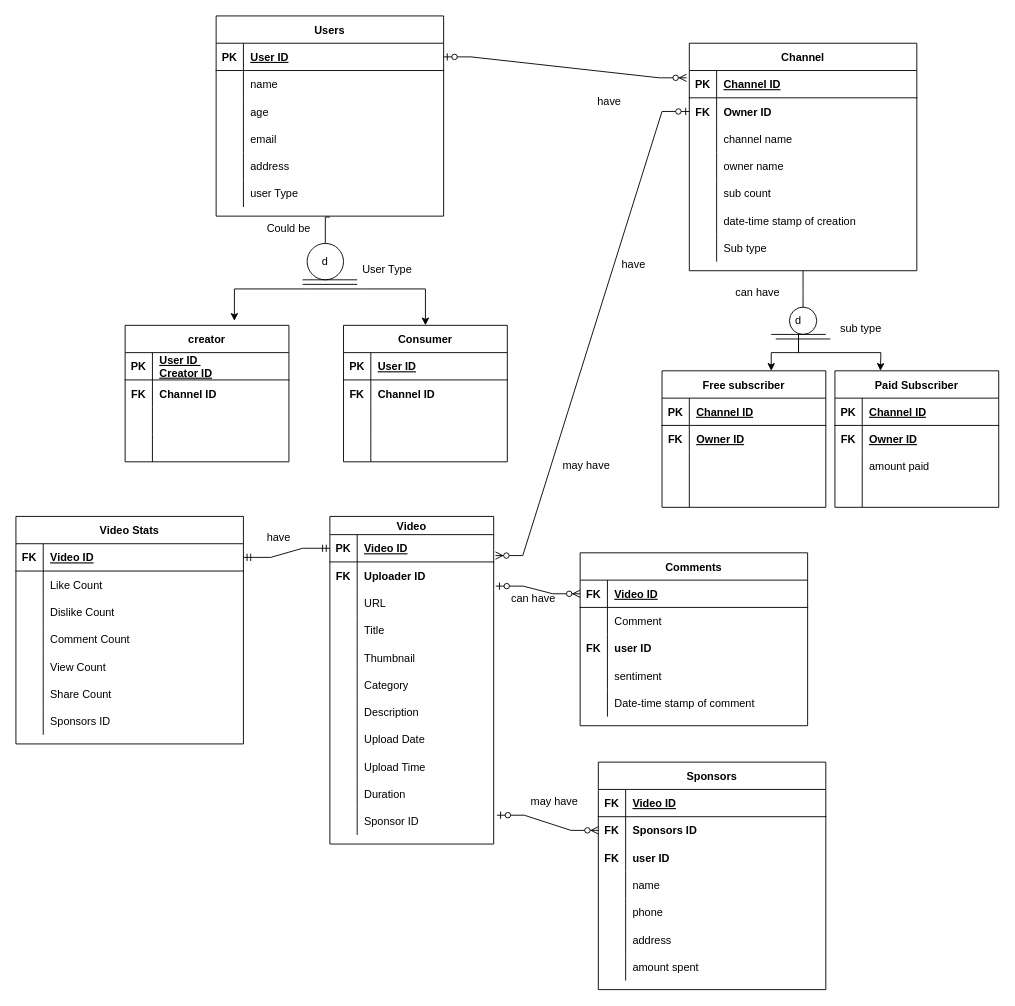
Shreyansh-code/ER-Diagram-Youtube keeps this draw.io diagram as Untitled Diagram.drawio. Above is the earlier version. Source tidied: cells renumbered, new cells numbered last; positions are measured from the earlier drawing's top-left corner, leaving out a move shared by most shapes. Both pictures are drawn from the tidied source at 91%, with x=0, y=0 at pixel (15, 15).
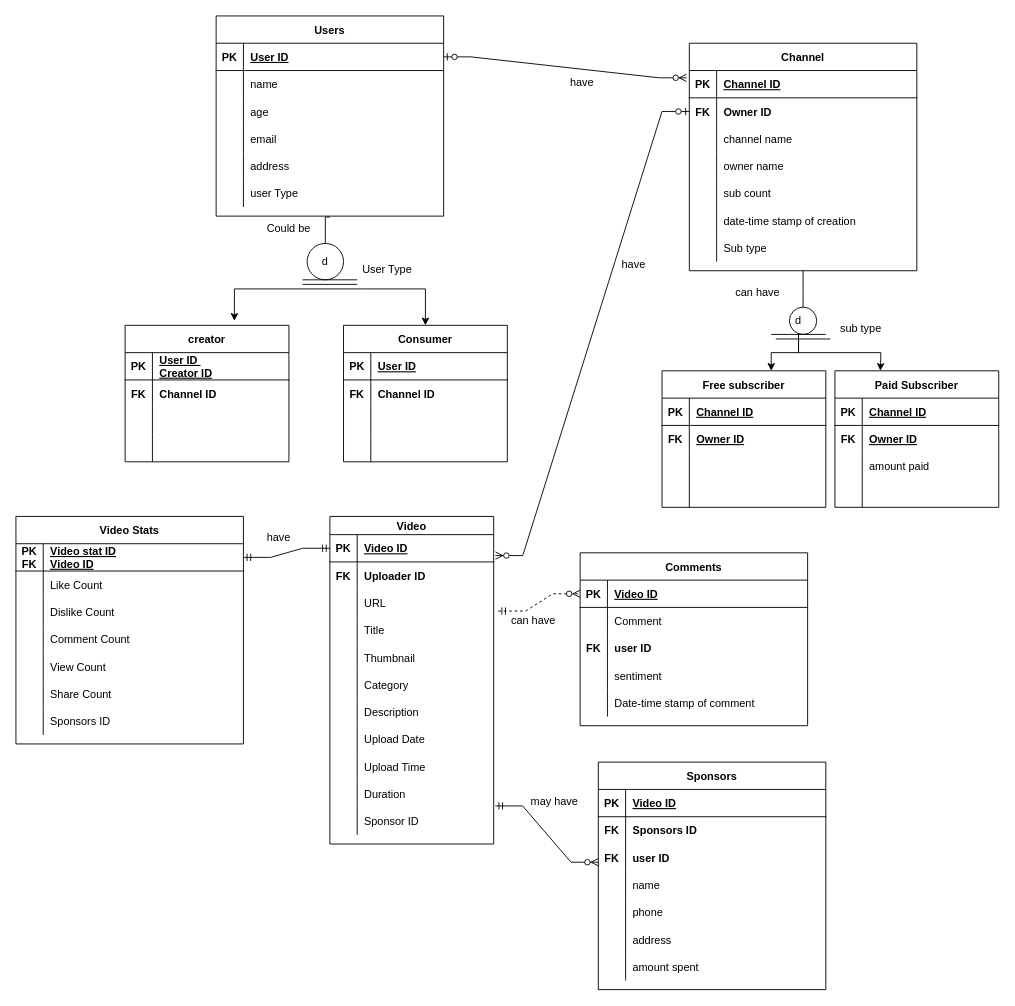
After the change.

The change refers to these unchanged cells:
```xml
<mxCell id="3" style="shape=partialRectangle;fillColor=none;points=[[0,0.5],[1,0.5]];portConstraint=eastwest;top=0;left=0;right=0;bottom=1;" parent="2" vertex="1">
  <mxGeometry y="30" width="250" height="30" as="geometry" />
</mxCell>
<mxCell id="74" style="shape=tableRow;horizontal=0;startSize=0;swimlaneHead=0;swimlaneBody=0;fillColor=none;points=[[0,0.5],[1,0.5]];portConstraint=eastwest;top=0;left=0;right=0;bottom=0;strokeWidth=1;" parent="67" vertex="1">
  <mxGeometry y="80" width="180" height="30" as="geometry" />
</mxCell>
<mxCell id="98" style="shape=tableRow;horizontal=0;startSize=0;swimlaneHead=0;swimlaneBody=0;fillColor=none;points=[[0,0.5],[1,0.5]];portConstraint=eastwest;top=0;left=0;right=0;bottom=0;strokeWidth=1;" parent="67" vertex="1">
  <mxGeometry y="320" width="180" height="30" as="geometry" />
</mxCell>
<mxCell id="102" style="shape=partialRectangle;fillColor=none;points=[[0,0.5],[1,0.5]];portConstraint=eastwest;top=0;left=0;right=0;bottom=1;" parent="101" vertex="1">
  <mxGeometry y="30" width="250" height="30" as="geometry" />
</mxCell>
<mxCell id="118" style="shape=partialRectangle;fillColor=none;top=0;left=0;right=0;bottom=1;" parent="117" vertex="1">
  <mxGeometry y="30" width="250" height="30" as="geometry" />
</mxCell>
<mxCell id="121" style="shape=partialRectangle;fillColor=none;points=[[0,0.5],[1,0.5]];portConstraint=eastwest;top=0;left=0;right=0;bottom=0;" parent="117" vertex="1">
  <mxGeometry y="60" width="250" height="30" as="geometry" />
</mxCell>
```

What changed in the source:
```diff
@@
-    <mxCell id="4" value="FK" style="shape=partialRectangle;overflow=hidden;fillColor=none;top=0;left=0;bottom=0;right=0;fontStyle=1;" parent="3" vertex="1">
+    <mxCell id="4" value="PK&#10;FK" style="shape=partialRectangle;overflow=hidden;fillColor=none;top=0;left=0;bottom=0;right=0;fontStyle=1;" parent="3" vertex="1">
       <mxGeometry width="30" height="30" as="geometry" />
     </mxCell>
-    <mxCell id="5" value="Video ID" style="shape=partialRectangle;overflow=hidden;fillColor=none;top=0;left=0;bottom=0;right=0;align=left;spacingLeft=6;fontStyle=5;" parent="3" vertex="1">
+    <mxCell id="5" value="Video stat ID&#10;Video ID" style="shape=partialRectangle;overflow=hidden;fillColor=none;top=0;left=0;bottom=0;right=0;align=left;spacingLeft=6;fontStyle=5;" parent="3" vertex="1">
       <mxGeometry x="30" width="220" height="30" as="geometry" />
     </mxCell>
@@
-    <mxCell id="103" value="FK" style="shape=partialRectangle;overflow=hidden;fillColor=none;top=0;left=0;bottom=0;right=0;fontStyle=1;" parent="102" vertex="1">
+    <mxCell id="103" value="PK" style="shape=partialRectangle;overflow=hidden;fillColor=none;top=0;left=0;bottom=0;right=0;fontStyle=1;" parent="102" vertex="1">
       <mxGeometry width="30" height="30" as="geometry" />
     </mxCell>
@@
-    <mxCell id="119" value="FK" style="shape=partialRectangle;overflow=hidden;fillColor=none;top=0;left=0;bottom=0;right=0;fontStyle=1;" parent="118" vertex="1">
+    <mxCell id="119" value="PK" style="shape=partialRectangle;overflow=hidden;fillColor=none;top=0;left=0;bottom=0;right=0;fontStyle=1;" parent="118" vertex="1">
       <mxGeometry width="30" height="30" as="geometry" />
     </mxCell>
@@
-    <mxCell id="143" style="edgeStyle=entityRelationEdgeStyle;fontSize=12;html=1;endArrow=ERzeroToMany;startArrow=ERzeroToOne;rounded=0;entryX=0;entryY=0.5;entryDx=0;entryDy=0;exitX=1.02;exitY=0.278;exitDx=0;exitDy=0;exitPerimeter=0;" parent="1" edge="1" source="98" target="121">
-      <mxGeometry relative="1" as="geometry" />
-    </mxCell>
-    <mxCell id="144" style="edgeStyle=entityRelationEdgeStyle;fontSize=12;html=1;endArrow=ERzeroToMany;startArrow=ERzeroToOne;rounded=0;exitX=1.013;exitY=-0.114;exitDx=0;exitDy=0;exitPerimeter=0;entryX=0;entryY=0.5;entryDx=0;entryDy=0;" parent="1" edge="1" source="74" target="102">
-      <mxGeometry relative="1" as="geometry" />
-    </mxCell>
@@
-    <mxCell id="146" value="may have" style="text;strokeColor=none;fillColor=none;spacingLeft=4;spacingRight=4;overflow=hidden;fontSize=12;" parent="1" vertex="1">
-      <mxGeometry x="595" y="480" width="70" height="30" as="geometry" />
-    </mxCell>
@@
     <mxCell id="148" value=" have" style="text;strokeColor=none;fillColor=none;spacingLeft=4;spacingRight=4;overflow=hidden;fontSize=12;" parent="1" vertex="1">
-      <mxGeometry x="630" y="80" width="70" height="30" as="geometry" />
+      <mxGeometry x="600" y="60" width="70" height="30" as="geometry" />
     </mxCell>
@@
     <mxCell id="217" value="can have&amp;nbsp;" style="text;html=1;align=center;verticalAlign=middle;strokeColor=none;fillColor=none;" parent="1" vertex="1">
-      <mxGeometry x="530" y="625" width="80" height="30" as="geometry" />
+      <mxGeometry x="530" y="650" width="80" height="30" as="geometry" />
     </mxCell>
+    <mxCell id="218" style="edgeStyle=entityRelationEdgeStyle;fontSize=12;html=1;endArrow=ERzeroToMany;startArrow=ERmandOne;rounded=0;entryX=0;entryY=0.5;entryDx=0;entryDy=0;dashed=1;" parent="1" edge="1" target="102">
+      <mxGeometry relative="1" as="geometry">
+        <mxPoint x="530" y="654" as="sourcePoint" />
+      </mxGeometry>
+    </mxCell>
+    <mxCell id="219" style="edgeStyle=entityRelationEdgeStyle;fontSize=12;html=1;endArrow=ERzeroToMany;startArrow=ERmandOne;rounded=0;entryX=0;entryY=0.5;entryDx=0;entryDy=0;exitX=1.01;exitY=-0.062;exitDx=0;exitDy=0;exitPerimeter=0;" parent="1" edge="1" source="98">
+      <mxGeometry relative="1" as="geometry">
+        <mxPoint x="640" y="930" as="targetPoint" />
+      </mxGeometry>
+    </mxCell>
```
